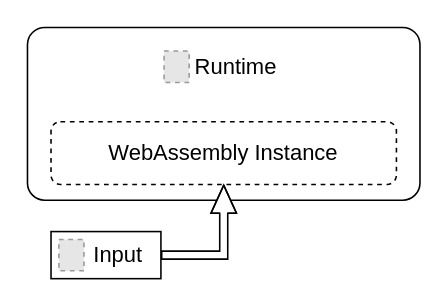
Before: figures/sources/wasm-internal-mem-safety.drawio in martin-fink/msc-thesis, a draw.io diagram. Source tidied: cells renumbered, new cells numbered last; positions are measured from the earlier drawing's top-left corner, leaving out a move shared by most shapes. Both pictures are drawn from the tidied source at 157%, with x=0, y=0 at pixel (27, 27). Pictures stored in the file or linked from it are replaced by grey dashed boxes.
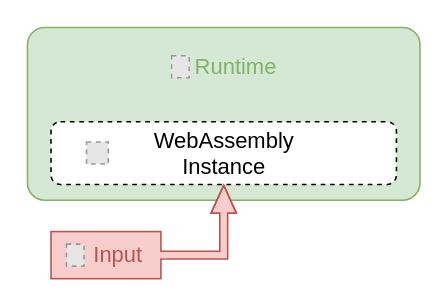
The same diagram, later.

What changed in the source:
```diff
@@
 <mxGraphModel>
   <root>
     <mxCell id="0" />
     <mxCell id="1" parent="0" />
-    <mxCell id="2" style="rounded=1;whiteSpace=wrap;html=1;arcSize=10;" parent="1" vertex="1">
+    <mxCell id="2" style="rounded=1;whiteSpace=wrap;html=1;arcSize=10;fillColor=#d5e8d4;strokeColor=#82b366;" parent="1" vertex="1">
       <mxGeometry width="250" height="110" as="geometry" />
     </mxCell>
     <mxCell id="3" style="rounded=1;whiteSpace=wrap;html=1;arcSize=15;dashed=1;" parent="1" vertex="1">
       <mxGeometry x="15" y="60" width="220" height="40" as="geometry" />
     </mxCell>
-    <mxCell id="4" style="group;" parent="1" vertex="1">
-      <mxGeometry x="87" y="10" width="76" height="30" as="geometry" />
-    </mxCell>
+    <mxCell id="7" value="WebAssembly Instance" style="text;html=1;strokeColor=none;fillColor=none;align=center;verticalAlign=middle;whiteSpace=wrap;rounded=0;fontSize=14;fontFamily=Computer Modern;" parent="1" vertex="1">
+      <mxGeometry x="51.5" y="65" width="147" height="30" as="geometry" />
+    </mxCell>
+    <mxCell id="13" style="edgeStyle=orthogonalEdgeStyle;rounded=0;jettySize=auto;html=1;entryX=0.5;entryY=1;entryDx=0;entryDy=0;shape=flexArrow;fillColor=#f8cecc;width=5;endSize=5.6000000000000005;endWidth=10.15763168012303;strokeColor=#b85450;" parent="1" edge="1" source="9" target="3">
+      <mxGeometry relative="1" as="geometry">
+        <Array as="points">
+          <mxPoint x="125" y="145" />
+        </Array>
+      </mxGeometry>
+    </mxCell>
+    <mxCell id="9" style="rounded=0;whiteSpace=wrap;html=1;fillColor=#f8cecc;strokeColor=#b85450;" parent="1" vertex="1">
+      <mxGeometry x="15" y="130" width="70" height="30" as="geometry" />
+    </mxCell>
+    <mxCell id="12" value="Input" style="text;html=1;strokeColor=none;fillColor=none;align=center;verticalAlign=middle;whiteSpace=wrap;rounded=0;fontSize=14;fontFamily=Computer Modern;fontColor=#b85450;" parent="1" vertex="1">
+      <mxGeometry x="36" y="130" width="44" height="30" as="geometry" />
+    </mxCell>
+    <mxCell id="14" style="fillColor=#E6E6E6;strokeColor=#999999;dashed=1;verticalLabelPosition=bottom;labelBackgroundColor=default;verticalAlign=top;" parent="1" vertex="1">
+      <mxGeometry x="24.8" y="138" width="11.2" height="14" as="geometry" />
+    </mxCell>
-    <mxCell id="5" value="Runtime" style="text;html=1;strokeColor=none;fillColor=none;align=center;verticalAlign=middle;whiteSpace=wrap;rounded=0;fontSize=14;fontFamily=Computer Modern;" parent="4" vertex="1">
-      <mxGeometry x="16" width="60" height="30" as="geometry" />
+    <mxCell id="5" value="Runtime" style="text;html=1;strokeColor=none;fillColor=none;align=center;verticalAlign=middle;whiteSpace=wrap;rounded=0;fontSize=14;fontFamily=Computer Modern;fontColor=#82b366;" parent="1" vertex="1">
+      <mxGeometry x="103" y="10" width="60" height="30" as="geometry" />
     </mxCell>
-    <mxCell id="6" style="fillColor=#E6E6E6;strokeColor=#999999;dashed=1;verticalLabelPosition=bottom;labelBackgroundColor=default;verticalAlign=top;" parent="4" vertex="1">
-      <mxGeometry y="5" width="16" height="20" as="geometry" />
-    </mxCell>
-    <mxCell id="7" value="WebAssembly Instance" style="text;html=1;strokeColor=none;fillColor=none;align=center;verticalAlign=middle;whiteSpace=wrap;rounded=0;fontSize=14;fontFamily=Computer Modern;" parent="1" vertex="1">
-      <mxGeometry x="30" y="65" width="190" height="30" as="geometry" />
-    </mxCell>
-    <mxCell id="8" style="group;" parent="1" vertex="1">
-      <mxGeometry x="15" y="130" width="70" height="30" as="geometry" />
-    </mxCell>
-    <mxCell id="9" style="rounded=0;whiteSpace=wrap;html=1;" parent="8" vertex="1">
-      <mxGeometry width="70" height="30" as="geometry" />
-    </mxCell>
-    <mxCell id="10" style="group;" parent="8" vertex="1">
-      <mxGeometry x="5" width="60" height="30" as="geometry" />
-    </mxCell>
-    <mxCell id="11" style="fillColor=#E6E6E6;strokeColor=#999999;dashed=1;verticalLabelPosition=bottom;labelBackgroundColor=default;verticalAlign=top;" parent="10" vertex="1">
-      <mxGeometry y="5" width="16" height="20" as="geometry" />
-    </mxCell>
-    <mxCell id="12" value="Input" style="text;html=1;strokeColor=none;fillColor=none;align=center;verticalAlign=middle;whiteSpace=wrap;rounded=0;fontSize=14;fontFamily=Computer Modern;" parent="10" vertex="1">
-      <mxGeometry x="16" width="44" height="30" as="geometry" />
-    </mxCell>
-    <mxCell id="13" style="edgeStyle=orthogonalEdgeStyle;rounded=0;jettySize=auto;html=1;entryX=0.5;entryY=1;entryDx=0;entryDy=0;shape=flexArrow;fillColor=default;width=5.098039215686275;endSize=5.6000000000000005;endWidth=10.15763168012303;" parent="1" edge="1" source="9" target="3">
-      <mxGeometry relative="1" as="geometry">
-        <Array as="points">
-          <mxPoint x="125" y="145" />
-        </Array>
-      </mxGeometry>
-    </mxCell>
+    <mxCell id="15" style="fillColor=#E6E6E6;strokeColor=#999999;dashed=1;verticalLabelPosition=bottom;labelBackgroundColor=default;verticalAlign=top;" parent="1" vertex="1">
+      <mxGeometry x="91.8" y="18" width="11.2" height="14" as="geometry" />
+    </mxCell>
+    <mxCell id="16" style="rounded=0;whiteSpace=wrap;html=1;strokeColor=none;fillColor=#f8cecc;" parent="1" vertex="1">
+      <mxGeometry x="83" y="143" width="6" height="4" as="geometry" />
+    </mxCell>
+    <mxCell id="17" style="fillColor=#E6E6E6;strokeColor=#999999;dashed=1;verticalLabelPosition=bottom;labelBackgroundColor=default;verticalAlign=top;" parent="1" vertex="1">
+      <mxGeometry x="37.6" y="73" width="13.9" height="14" as="geometry" />
+    </mxCell>
   </root>
 </mxGraphModel>
```
